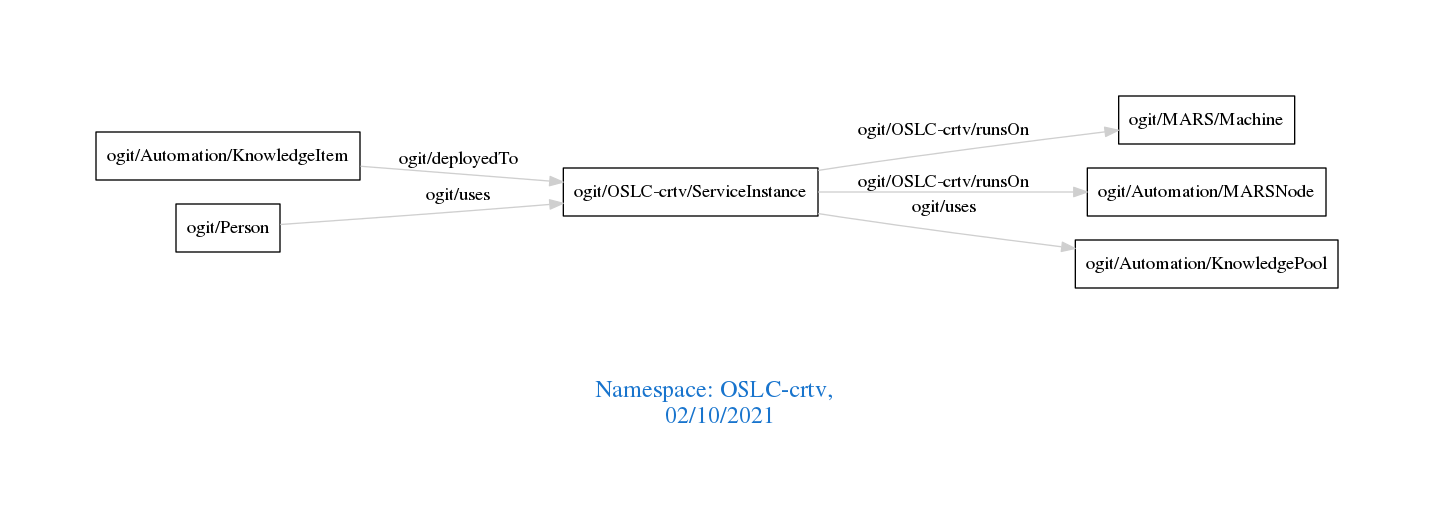
arago/OGIT keeps this Graphviz diagram as downloads/OSLC-crtv.png. Above is the earlier version. Its source is kept beside it as downloads/OSLC-crtv.dot. Source of this version:
```dot
digraph OGIT_ontology {
 graph [ rankdir= LR,pad=1
fontsize = 18,
fontcolor= dodgerblue3,label = "\n\n\nNamespace: OSLC-crtv, \n 02/10/2021"];
node[shape=polygon];
edge [  color="gray81"];

   "ogit/Automation/KnowledgeItem" -> "ogit/OSLC-crtv/ServiceInstance" [label="   ogit/deployedTo    "];
   "ogit/OSLC-crtv/ServiceInstance" -> "ogit/MARS/Machine" [label="   ogit/OSLC-crtv/runsOn    "];
   "ogit/OSLC-crtv/ServiceInstance" -> "ogit/Automation/MARSNode" [label="   ogit/OSLC-crtv/runsOn    "];
   "ogit/OSLC-crtv/ServiceInstance" -> "ogit/Automation/KnowledgePool" [label="   ogit/uses    "];
   "ogit/Person" -> "ogit/OSLC-crtv/ServiceInstance" [label="   ogit/uses    "];
}
```
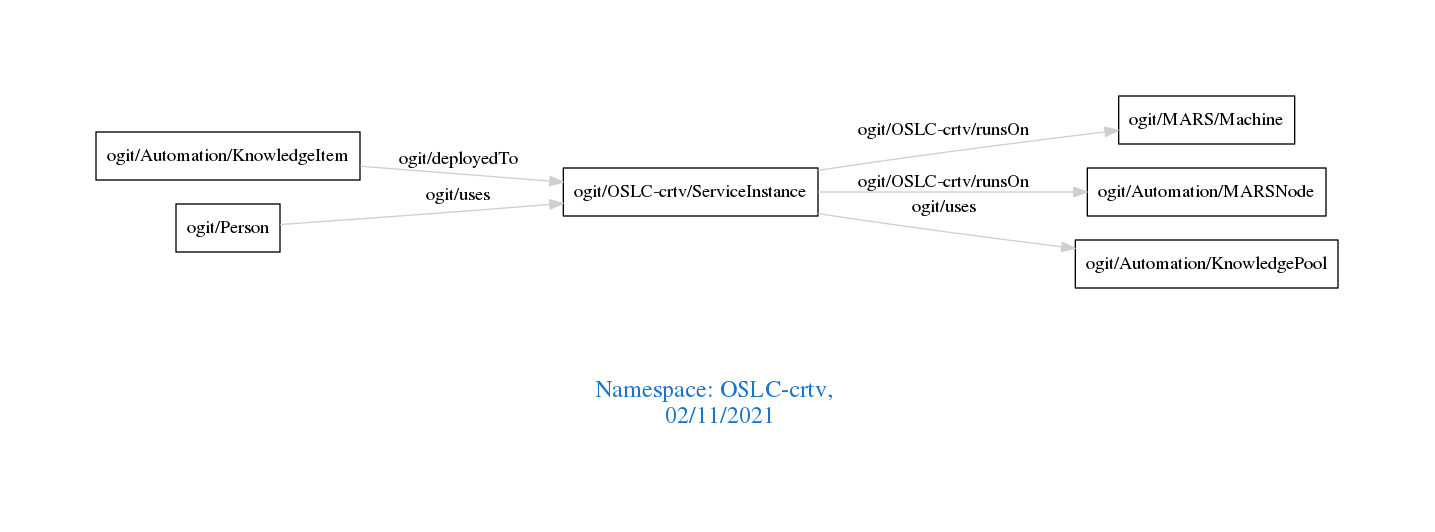
After the change.

Diff of the diagram source:
```diff
@@ -1,7 +1,7 @@
 digraph OGIT_ontology {
  graph [ rankdir= LR,pad=1
 fontsize = 18,
-fontcolor= dodgerblue3,label = "\n\n\nNamespace: OSLC-crtv, \n 02/10/2021"];
+fontcolor= dodgerblue3,label = "\n\n\nNamespace: OSLC-crtv, \n 02/11/2021"];
 node[shape=polygon];
 edge [  color="gray81"];
 
```
